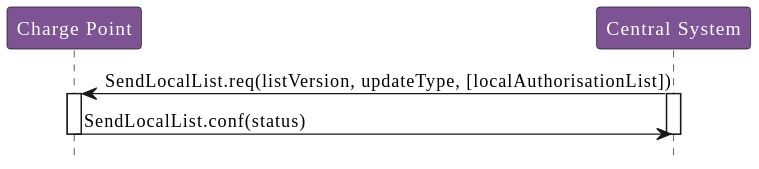
phoi5675/ocpp-markdown keeps this PlantUML diagram as OCPP_1.6/images/figure_36.svg. Above is the earlier version.
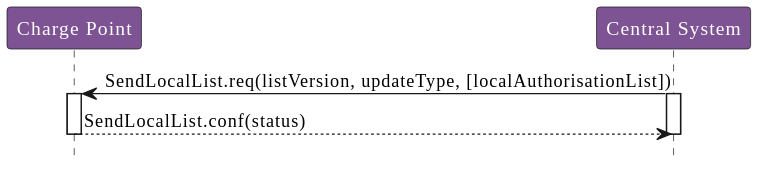
Above is the later version.

The edit, as a diff of the source:
```diff
@@ -5,12 +5,10 @@
 participant "Central System" as CentralSystem
 
 CentralSystem -> ChargePoint : SendLocalList.req(listVersion, updateType, [localAuthorisationList])
-
 activate ChargePoint
 activate CentralSystem
 
-ChargePoint -> CentralSystem : SendLocalList.conf(status)
-
+ChargePoint --> CentralSystem : SendLocalList.conf(status)
 deactivate CentralSystem
 deactivate ChargePoint
 @enduml
```
